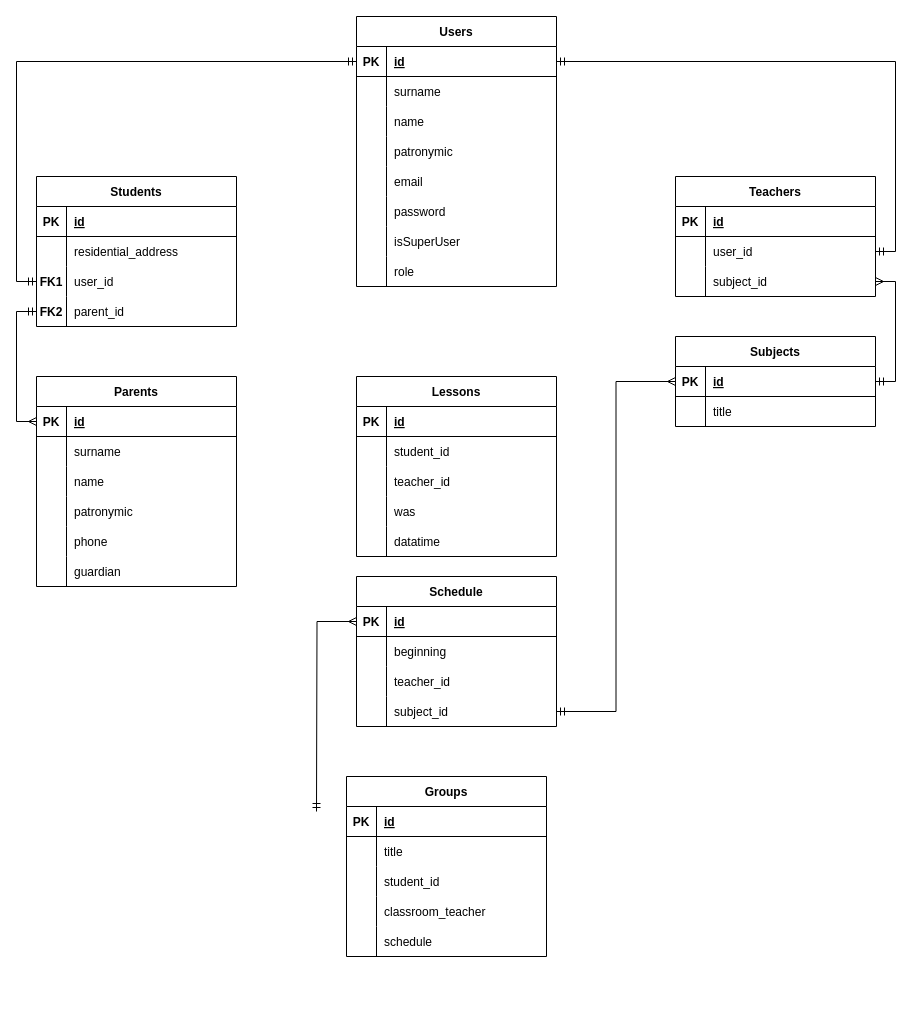
The draw.io diagram diagram.drawio in Ilmar7786/electronic_diary-backend, before the edit. Source tidied: cells renumbered, new cells numbered last; positions are measured from the earlier drawing's top-left corner, leaving out a move shared by most shapes. Both pictures are drawn from the tidied source at 100%, with x=0, y=0 at pixel (36, 16).
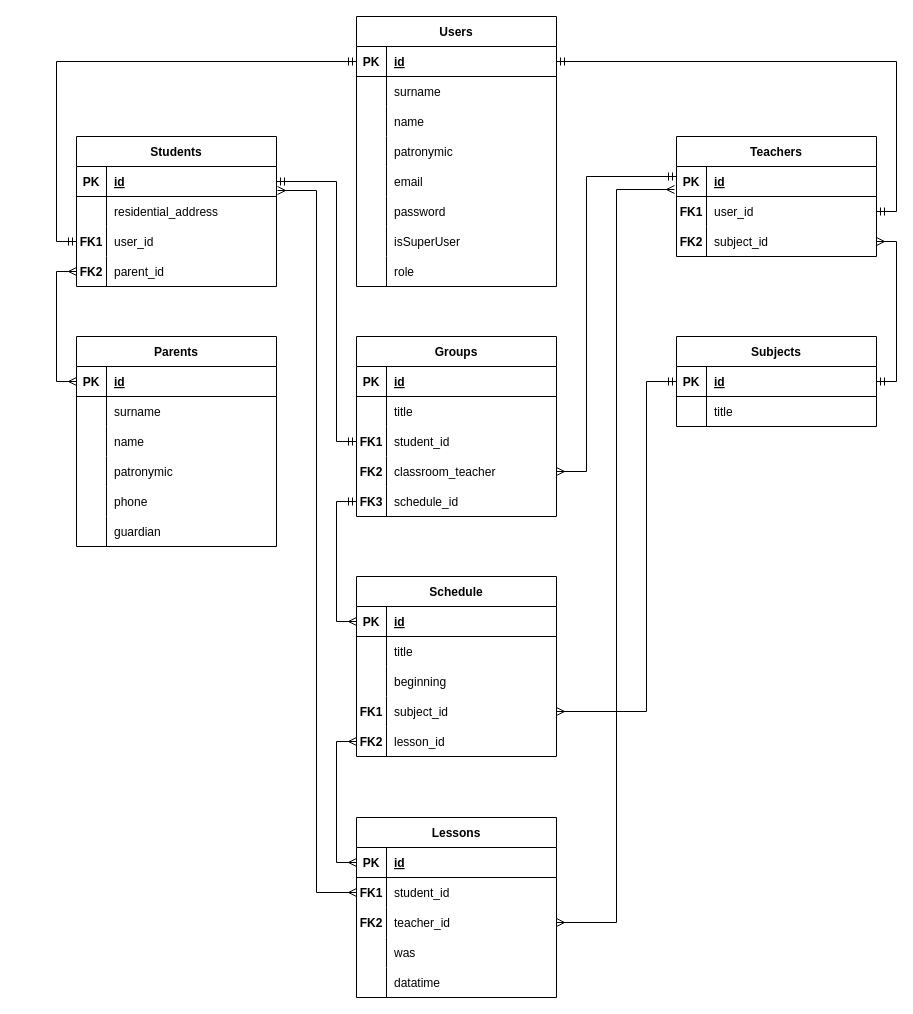
The same page after the edit.

Commit message:
feat: add ER-diagram roles

Unchanged cells that the change refers to:
```xml
<mxCell id="28" style="shape=tableRow;horizontal=0;startSize=0;swimlaneHead=0;swimlaneBody=0;fillColor=none;points=[[0,0.5],[1,0.5]];portConstraint=eastwest;top=0;left=0;right=0;bottom=1;" parent="27" vertex="1">
  <mxGeometry y="30" width="200" height="30" as="geometry" />
</mxCell>
<mxCell id="31" style="shape=tableRow;horizontal=0;startSize=0;swimlaneHead=0;swimlaneBody=0;fillColor=none;points=[[0,0.5],[1,0.5]];portConstraint=eastwest;top=0;left=0;right=0;bottom=0;" parent="27" vertex="1">
  <mxGeometry y="60" width="200" height="30" as="geometry" />
</mxCell>
<mxCell id="34" style="shape=tableRow;horizontal=0;startSize=0;swimlaneHead=0;swimlaneBody=0;fillColor=none;points=[[0,0.5],[1,0.5]];portConstraint=eastwest;top=0;left=0;right=0;bottom=0;" parent="27" vertex="1">
  <mxGeometry y="90" width="200" height="30" as="geometry" />
</mxCell>
<mxCell id="38" style="shape=tableRow;horizontal=0;startSize=0;swimlaneHead=0;swimlaneBody=0;fillColor=none;points=[[0,0.5],[1,0.5]];portConstraint=eastwest;top=0;left=0;right=0;bottom=1;" parent="37" vertex="1">
  <mxGeometry y="30" width="200" height="30" as="geometry" />
</mxCell>
<mxCell id="47" style="shape=tableRow;horizontal=0;startSize=0;swimlaneHead=0;swimlaneBody=0;fillColor=none;points=[[0,0.5],[1,0.5]];portConstraint=eastwest;top=0;left=0;right=0;bottom=0;" parent="37" vertex="1">
  <mxGeometry y="120" width="200" height="30" as="geometry" />
</mxCell>
<mxCell id="51" style="shape=tableRow;horizontal=0;startSize=0;swimlaneHead=0;swimlaneBody=0;fillColor=none;points=[[0,0.5],[1,0.5]];portConstraint=eastwest;top=0;left=0;right=0;bottom=1;" parent="50" vertex="1">
  <mxGeometry y="30" width="200" height="30" as="geometry" />
</mxCell>
<mxCell id="76" style="shape=tableRow;horizontal=0;startSize=0;swimlaneHead=0;swimlaneBody=0;fillColor=none;points=[[0,0.5],[1,0.5]];portConstraint=eastwest;top=0;left=0;right=0;bottom=0;" parent="69" vertex="1">
  <mxGeometry y="90" width="200" height="30" as="geometry" />
</mxCell>
<mxCell id="79" style="shape=tableRow;horizontal=0;startSize=0;swimlaneHead=0;swimlaneBody=0;fillColor=none;points=[[0,0.5],[1,0.5]];portConstraint=eastwest;top=0;left=0;right=0;bottom=0;" parent="69" vertex="1">
  <mxGeometry y="120" width="200" height="30" as="geometry" />
</mxCell>
<mxCell id="82" style="shape=tableRow;horizontal=0;startSize=0;swimlaneHead=0;swimlaneBody=0;fillColor=none;points=[[0,0.5],[1,0.5]];portConstraint=eastwest;top=0;left=0;right=0;bottom=0;" parent="69" vertex="1">
  <mxGeometry y="150" width="200" height="30" as="geometry" />
</mxCell>
<mxCell id="86" style="shape=tableRow;horizontal=0;startSize=0;swimlaneHead=0;swimlaneBody=0;fillColor=none;points=[[0,0.5],[1,0.5]];portConstraint=eastwest;top=0;left=0;right=0;bottom=1;" parent="85" vertex="1">
  <mxGeometry y="30" width="200" height="30" as="geometry" />
</mxCell>
<mxCell id="95" style="shape=tableRow;horizontal=0;startSize=0;swimlaneHead=0;swimlaneBody=0;fillColor=none;points=[[0,0.5],[1,0.5]];portConstraint=eastwest;top=0;left=0;right=0;bottom=1;" parent="94" vertex="1">
  <mxGeometry y="30" width="200" height="30" as="geometry" />
</mxCell>
<mxCell id="98" style="shape=tableRow;horizontal=0;startSize=0;swimlaneHead=0;swimlaneBody=0;fillColor=none;top=0;left=0;right=0;bottom=0;" parent="94" vertex="1">
  <mxGeometry y="60" width="200" height="30" as="geometry" />
</mxCell>
<mxCell id="110" style="shape=tableRow;horizontal=0;startSize=0;swimlaneHead=0;swimlaneBody=0;fillColor=none;points=[[0,0.5],[1,0.5]];portConstraint=eastwest;top=0;left=0;right=0;bottom=1;" parent="109" vertex="1">
  <mxGeometry y="30" width="200" height="30" as="geometry" />
</mxCell>
<mxCell id="113" style="shape=tableRow;horizontal=0;startSize=0;swimlaneHead=0;swimlaneBody=0;fillColor=none;points=[[0,0.5],[1,0.5]];portConstraint=eastwest;top=0;left=0;right=0;bottom=0;" parent="109" vertex="1">
  <mxGeometry y="60" width="200" height="30" as="geometry" />
</mxCell>
<mxCell id="116" style="shape=tableRow;horizontal=0;startSize=0;swimlaneHead=0;swimlaneBody=0;fillColor=none;points=[[0,0.5],[1,0.5]];portConstraint=eastwest;top=0;left=0;right=0;bottom=0;" parent="109" vertex="1">
  <mxGeometry y="90" width="200" height="30" as="geometry" />
</mxCell>
```

What changed in the source:
```diff
@@
     <mxCell id="27" value="Teachers" style="shape=table;startSize=30;childLayout=tableLayout;rowLines=0;fontStyle=1;align=center;" parent="1" vertex="1">
-      <mxGeometry x="639" y="160" width="200" height="120" as="geometry" />
+      <mxGeometry x="640" y="120" width="200" height="120" as="geometry" />
     </mxCell>
@@
-    <mxCell id="32" style="shape=partialRectangle;fillColor=none;top=0;left=0;bottom=0;right=0;overflow=hidden;" parent="31" vertex="1">
+    <mxCell id="32" value="FK1" style="shape=partialRectangle;fillColor=none;top=0;left=0;bottom=0;right=0;overflow=hidden;fontStyle=1;" parent="31" vertex="1">
       <mxGeometry width="30" height="30" as="geometry" />
     </mxCell>
@@
-    <mxCell id="35" style="shape=partialRectangle;fillColor=none;top=0;left=0;bottom=0;right=0;overflow=hidden;" parent="34" vertex="1">
+    <mxCell id="35" value="FK2" style="shape=partialRectangle;fillColor=none;top=0;left=0;bottom=0;right=0;overflow=hidden;fontStyle=1;" parent="34" vertex="1">
       <mxGeometry width="30" height="30" as="geometry" />
     </mxCell>
@@
     <mxCell id="37" value="Students" style="shape=table;startSize=30;childLayout=tableLayout;rowLines=0;fontStyle=1;align=center;" parent="1" vertex="1">
-      <mxGeometry y="160" width="200" height="150" as="geometry" />
+      <mxGeometry x="40" y="120" width="200" height="150" as="geometry" />
     </mxCell>
@@
     <mxCell id="50" value="Parents" style="shape=table;startSize=30;childLayout=tableLayout;rowLines=0;fontStyle=1;align=center;" parent="1" vertex="1">
-      <mxGeometry y="360" width="200" height="210" as="geometry" />
+      <mxGeometry x="40" y="320" width="200" height="210" as="geometry" />
     </mxCell>
@@
     <mxCell id="69" value="Groups" style="shape=table;startSize=30;childLayout=tableLayout;rowLines=0;fontStyle=1;align=center;" parent="1" vertex="1">
-      <mxGeometry x="310" y="760" width="200" height="180" as="geometry" />
+      <mxGeometry x="320" y="320" width="200" height="180" as="geometry" />
     </mxCell>
@@
-    <mxCell id="77" style="shape=partialRectangle;fillColor=none;top=0;left=0;bottom=0;right=0;overflow=hidden;" parent="76" vertex="1">
+    <mxCell id="77" value="FK1" style="shape=partialRectangle;fillColor=none;top=0;left=0;bottom=0;right=0;overflow=hidden;fontStyle=1;" parent="76" vertex="1">
       <mxGeometry width="30" height="30" as="geometry" />
     </mxCell>
@@
-    <mxCell id="80" style="shape=partialRectangle;fillColor=none;top=0;left=0;bottom=0;right=0;overflow=hidden;" parent="79" vertex="1">
+    <mxCell id="80" value="FK2" style="shape=partialRectangle;fillColor=none;top=0;left=0;bottom=0;right=0;overflow=hidden;fontStyle=1;" parent="79" vertex="1">
       <mxGeometry width="30" height="30" as="geometry" />
     </mxCell>
@@
-    <mxCell id="83" style="shape=partialRectangle;fillColor=none;top=0;left=0;bottom=0;right=0;overflow=hidden;" parent="82" vertex="1">
+    <mxCell id="83" value="FK3" style="shape=partialRectangle;fillColor=none;top=0;left=0;bottom=0;right=0;overflow=hidden;fontStyle=1;" parent="82" vertex="1">
       <mxGeometry width="30" height="30" as="geometry" />
     </mxCell>
-    <mxCell id="84" value="schedule" style="shape=partialRectangle;fillColor=none;top=0;left=0;bottom=0;right=0;align=left;spacingLeft=6;overflow=hidden;" parent="82" vertex="1">
+    <mxCell id="84" value="schedule_id" style="shape=partialRectangle;fillColor=none;top=0;left=0;bottom=0;right=0;align=left;spacingLeft=6;overflow=hidden;" parent="82" vertex="1">
       <mxGeometry x="30" width="170" height="30" as="geometry" />
     </mxCell>
     <mxCell id="85" value="Subjects" style="shape=table;startSize=30;childLayout=tableLayout;rowLines=0;fontStyle=1;align=center;" parent="1" vertex="1">
-      <mxGeometry x="639" y="320" width="200" height="90" as="geometry" />
+      <mxGeometry x="640" y="320" width="200" height="90" as="geometry" />
     </mxCell>
@@
     <mxCell id="94" value="Schedule" style="shape=table;startSize=30;childLayout=tableLayout;rowLines=0;fontStyle=1;align=center;" parent="1" vertex="1">
-      <mxGeometry x="320" y="560" width="200" height="150" as="geometry" />
+      <mxGeometry x="320" y="560" width="200" height="180" as="geometry" />
     </mxCell>
@@
-    <mxCell id="100" value="beginning" style="shape=partialRectangle;fillColor=none;top=0;left=0;bottom=0;right=0;align=left;spacingLeft=6;overflow=hidden;" parent="98" vertex="1">
+    <mxCell id="100" value="title" style="shape=partialRectangle;fillColor=none;top=0;left=0;bottom=0;right=0;align=left;spacingLeft=6;overflow=hidden;" parent="98" vertex="1">
       <mxGeometry x="30" width="170" height="30" as="geometry" />
     </mxCell>
+    <mxCell id="127" style="shape=tableRow;horizontal=0;startSize=0;swimlaneHead=0;swimlaneBody=0;fillColor=none;top=0;left=0;right=0;bottom=0;" parent="94" vertex="1">
+      <mxGeometry y="90" width="200" height="30" as="geometry" />
+    </mxCell>
+    <mxCell id="128" style="shape=partialRectangle;fillColor=none;top=0;left=0;bottom=0;right=0;overflow=hidden;" parent="127" vertex="1">
+      <mxGeometry width="30" height="30" as="geometry" />
+    </mxCell>
+    <mxCell id="129" value="beginning" style="shape=partialRectangle;fillColor=none;top=0;left=0;bottom=0;right=0;align=left;spacingLeft=6;overflow=hidden;" parent="127" vertex="1">
+      <mxGeometry x="30" width="170" height="30" as="geometry" />
+    </mxCell>
     <mxCell id="101" style="shape=tableRow;horizontal=0;startSize=0;swimlaneHead=0;swimlaneBody=0;fillColor=none;points=[[0,0.5],[1,0.5]];portConstraint=eastwest;top=0;left=0;right=0;bottom=0;" parent="94" vertex="1">
-      <mxGeometry y="90" width="200" height="30" as="geometry" />
+      <mxGeometry y="120" width="200" height="30" as="geometry" />
     </mxCell>
-    <mxCell id="102" style="shape=partialRectangle;fillColor=none;top=0;left=0;bottom=0;right=0;overflow=hidden;" parent="101" vertex="1">
+    <mxCell id="102" value="FK1" style="shape=partialRectangle;fillColor=none;top=0;left=0;bottom=0;right=0;overflow=hidden;fontStyle=1;" parent="101" vertex="1">
       <mxGeometry width="30" height="30" as="geometry" />
     </mxCell>
-    <mxCell id="103" value="teacher_id" style="shape=partialRectangle;fillColor=none;top=0;left=0;bottom=0;right=0;align=left;spacingLeft=6;overflow=hidden;" parent="101" vertex="1">
+    <mxCell id="103" value="subject_id" style="shape=partialRectangle;fillColor=none;top=0;left=0;bottom=0;right=0;align=left;spacingLeft=6;overflow=hidden;" parent="101" vertex="1">
       <mxGeometry x="30" width="170" height="30" as="geometry" />
     </mxCell>
     <mxCell id="104" style="shape=tableRow;horizontal=0;startSize=0;swimlaneHead=0;swimlaneBody=0;fillColor=none;points=[[0,0.5],[1,0.5]];portConstraint=eastwest;top=0;left=0;right=0;bottom=0;" parent="94" vertex="1">
-      <mxGeometry y="120" width="200" height="30" as="geometry" />
+      <mxGeometry y="150" width="200" height="30" as="geometry" />
     </mxCell>
-    <mxCell id="105" style="shape=partialRectangle;fillColor=none;top=0;left=0;bottom=0;right=0;overflow=hidden;" parent="104" vertex="1">
+    <mxCell id="105" value="FK2" style="shape=partialRectangle;fillColor=none;top=0;left=0;bottom=0;right=0;overflow=hidden;fontStyle=1;" parent="104" vertex="1">
       <mxGeometry width="30" height="30" as="geometry" />
     </mxCell>
-    <mxCell id="106" value="subject_id" style="shape=partialRectangle;fillColor=none;top=0;left=0;bottom=0;right=0;align=left;spacingLeft=6;overflow=hidden;" parent="104" vertex="1">
+    <mxCell id="106" value="lesson_id" style="shape=partialRectangle;fillColor=none;top=0;left=0;bottom=0;right=0;align=left;spacingLeft=6;overflow=hidden;" parent="104" vertex="1">
       <mxGeometry x="30" width="170" height="30" as="geometry" />
     </mxCell>
@@
-    <mxCell id="108" style="edgeStyle=orthogonalEdgeStyle;rounded=0;jettySize=auto;html=1;exitX=0;exitY=0.5;exitDx=0;exitDy=0;entryX=0;entryY=0.5;entryDx=0;entryDy=0;endArrow=ERmandOne;endFill=0;startArrow=ERmany;startFill=0;" parent="1" edge="1" source="51" target="47">
-      <mxGeometry relative="1" as="geometry" />
-    </mxCell>
     <mxCell id="109" value="Lessons" style="shape=table;startSize=30;childLayout=tableLayout;rowLines=0;fontStyle=1;align=center;" parent="1" vertex="1">
-      <mxGeometry x="320" y="360" width="200" height="180" as="geometry" />
+      <mxGeometry x="320" y="801" width="200" height="180" as="geometry" />
     </mxCell>
@@
-    <mxCell id="114" style="shape=partialRectangle;fillColor=none;top=0;left=0;bottom=0;right=0;overflow=hidden;" parent="113" vertex="1">
+    <mxCell id="114" value="FK1" style="shape=partialRectangle;fillColor=none;top=0;left=0;bottom=0;right=0;overflow=hidden;fontStyle=1;" parent="113" vertex="1">
       <mxGeometry width="30" height="30" as="geometry" />
     </mxCell>
@@
-    <mxCell id="117" style="shape=partialRectangle;fillColor=none;top=0;left=0;bottom=0;right=0;overflow=hidden;" parent="116" vertex="1">
+    <mxCell id="117" value="FK2" style="shape=partialRectangle;fillColor=none;top=0;left=0;bottom=0;right=0;overflow=hidden;fontStyle=1;" parent="116" vertex="1">
       <mxGeometry width="30" height="30" as="geometry" />
     </mxCell>
@@
-    <mxCell id="125" style="edgeStyle=orthogonalEdgeStyle;rounded=0;jettySize=auto;html=1;exitX=0;exitY=0.5;exitDx=0;exitDy=0;entryX=1;entryY=0.5;entryDx=0;entryDy=0;startArrow=ERmany;startFill=0;endArrow=ERmandOne;endFill=0;" parent="1" edge="1" source="86" target="104">
-      <mxGeometry relative="1" as="geometry" />
-    </mxCell>
-    <mxCell id="126" style="edgeStyle=orthogonalEdgeStyle;rounded=0;jettySize=auto;html=1;exitX=0;exitY=0.5;exitDx=0;exitDy=0;startArrow=ERmany;startFill=0;endArrow=ERmandOne;endFill=0;" parent="1" edge="1" source="95">
-      <mxGeometry relative="1" as="geometry">
-        <mxPoint x="280" y="795" as="targetPoint" />
-      </mxGeometry>
+    <mxCell id="126" style="edgeStyle=orthogonalEdgeStyle;rounded=0;jettySize=auto;html=1;entryX=0;entryY=0.5;entryDx=0;entryDy=0;endArrow=ERmany;endFill=0;startArrow=ERmany;startFill=0;" parent="1" edge="1" source="51" target="47">
+      <mxGeometry relative="1" as="geometry" />
     </mxCell>
+    <mxCell id="130" style="edgeStyle=orthogonalEdgeStyle;rounded=0;jettySize=auto;html=1;exitX=0;exitY=0.5;exitDx=0;exitDy=0;entryX=0;entryY=0.5;entryDx=0;entryDy=0;startArrow=ERmany;startFill=0;endArrow=ERmandOne;endFill=0;" parent="1" edge="1" source="95" target="82">
+      <mxGeometry relative="1" as="geometry" />
+    </mxCell>
+    <mxCell id="131" style="edgeStyle=orthogonalEdgeStyle;rounded=0;jettySize=auto;html=1;exitX=0;exitY=0.5;exitDx=0;exitDy=0;entryX=0;entryY=0.5;entryDx=0;entryDy=0;endArrow=ERmany;endFill=0;startArrow=ERmany;startFill=0;" parent="1" edge="1" source="110" target="104">
+      <mxGeometry relative="1" as="geometry" />
+    </mxCell>
+    <mxCell id="132" style="edgeStyle=orthogonalEdgeStyle;rounded=0;jettySize=auto;html=1;exitX=-0.01;exitY=0.767;exitDx=0;exitDy=0;entryX=1;entryY=0.5;entryDx=0;entryDy=0;startArrow=ERmany;startFill=0;endArrow=ERmany;endFill=0;exitPerimeter=0;" parent="1" edge="1" source="28" target="116">
+      <mxGeometry relative="1" as="geometry">
+        <Array as="points">
+          <mxPoint x="580" y="173" />
+          <mxPoint x="580" y="906" />
+        </Array>
+      </mxGeometry>
+    </mxCell>
+    <mxCell id="133" style="edgeStyle=orthogonalEdgeStyle;rounded=0;jettySize=auto;html=1;exitX=1.005;exitY=0.8;exitDx=0;exitDy=0;startArrow=ERmany;startFill=0;endArrow=ERmany;endFill=0;exitPerimeter=0;" parent="1" edge="1" source="38" target="113">
+      <mxGeometry relative="1" as="geometry" />
+    </mxCell>
+    <mxCell id="134" style="edgeStyle=orthogonalEdgeStyle;rounded=0;jettySize=auto;html=1;exitX=0;exitY=0.5;exitDx=0;exitDy=0;entryX=1;entryY=0.5;entryDx=0;entryDy=0;startArrow=ERmandOne;startFill=0;endArrow=ERmany;endFill=0;" parent="1" edge="1" source="86" target="101">
+      <mxGeometry relative="1" as="geometry">
+        <Array as="points">
+          <mxPoint x="610" y="365" />
+          <mxPoint x="610" y="695" />
+        </Array>
+      </mxGeometry>
+    </mxCell>
+    <mxCell id="135" style="edgeStyle=orthogonalEdgeStyle;rounded=0;jettySize=auto;html=1;exitX=1;exitY=0.5;exitDx=0;exitDy=0;entryX=0;entryY=0.5;entryDx=0;entryDy=0;startArrow=ERmandOne;startFill=0;endArrow=ERmandOne;endFill=0;" parent="1" edge="1" source="38" target="76">
+      <mxGeometry relative="1" as="geometry">
+        <Array as="points">
+          <mxPoint x="300" y="165" />
+          <mxPoint x="300" y="425" />
+        </Array>
+      </mxGeometry>
+    </mxCell>
+    <mxCell id="136" style="edgeStyle=orthogonalEdgeStyle;rounded=0;jettySize=auto;html=1;startArrow=ERmandOne;startFill=0;endArrow=ERmany;endFill=0;" parent="1" edge="1" target="79">
+      <mxGeometry relative="1" as="geometry">
+        <mxPoint x="640" y="160" as="sourcePoint" />
+        <Array as="points">
+          <mxPoint x="640" y="160" />
+          <mxPoint x="550" y="160" />
+          <mxPoint x="550" y="455" />
+        </Array>
+      </mxGeometry>
+    </mxCell>
```
